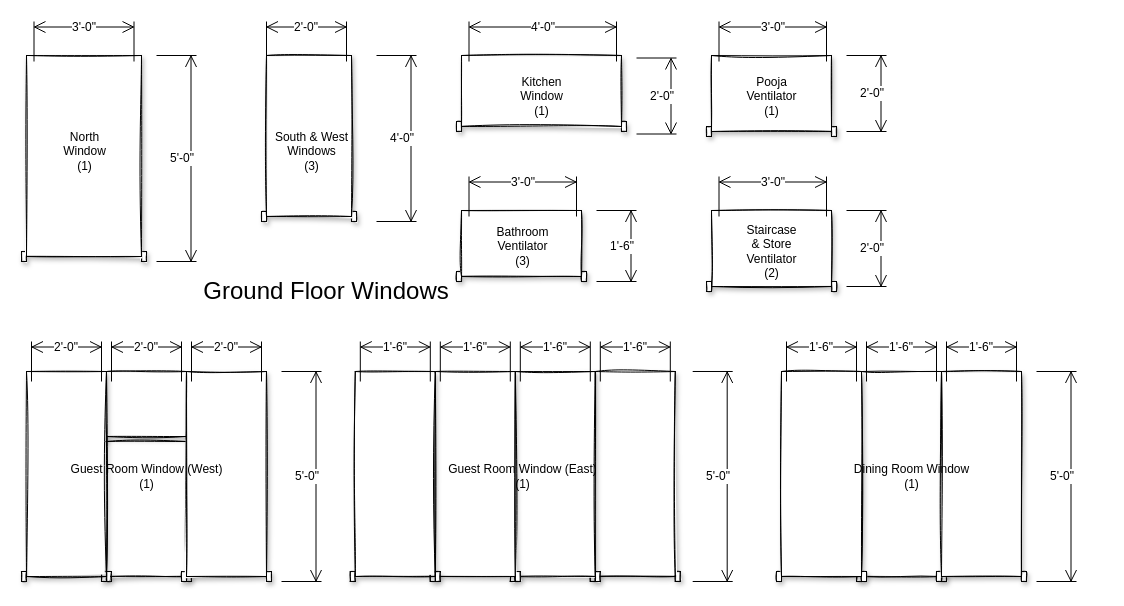
This is page "GF Windows" (2 of 4) of Doors_Windows.drawio from gudiseva/arvind, a draw.io file, before an edit. Source tidied: cells renumbered, new cells numbered last; positions are measured from the earlier drawing's top-left corner, leaving out a move shared by most shapes. Both pictures are drawn from the tidied source at 100%, with x=0, y=0 at pixel (21, 21).
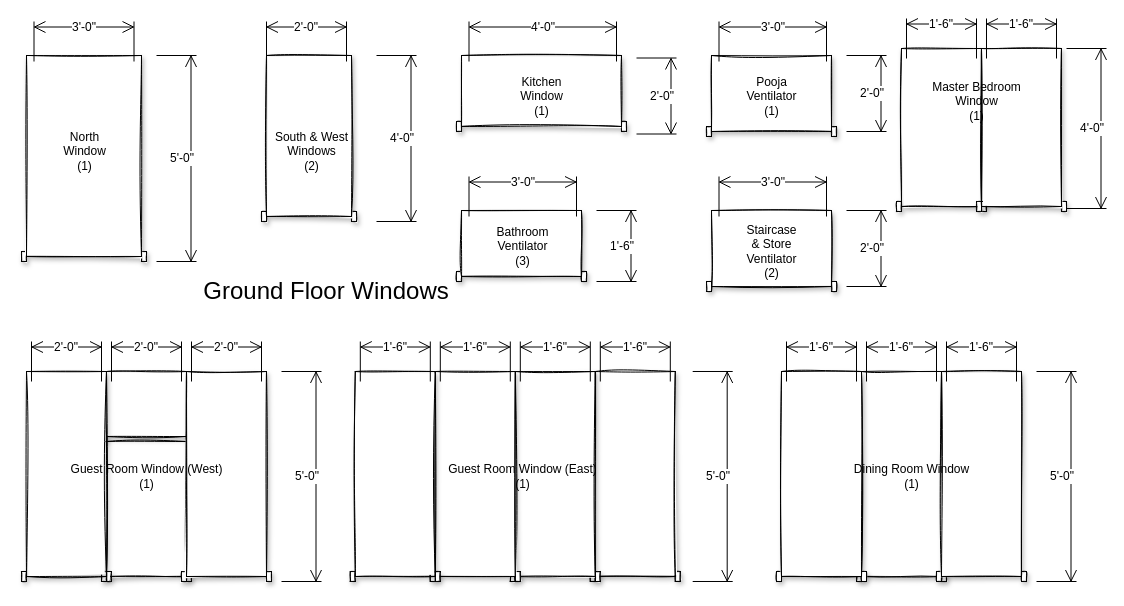
Above is the later version.

Diff of the diagram source:
```diff
@@
+    <mxCell id="54" style="verticalLabelPosition=bottom;html=1;verticalAlign=top;align=center;shape=mxgraph.floorplan.doorOverhead;shadow=1;sketch=1;gradientColor=none;" parent="1" vertex="1">
+      <mxGeometry x="875" y="27" width="90" height="163" as="geometry" />
+    </mxCell>
+    <mxCell id="55" style="verticalLabelPosition=bottom;html=1;verticalAlign=top;align=center;shape=mxgraph.floorplan.doorOverhead;shadow=1;sketch=1;gradientColor=none;" parent="1" vertex="1">
+      <mxGeometry x="955" y="27" width="90" height="163" as="geometry" />
+    </mxCell>
@@
-    <mxCell id="17" value="South &amp;amp; West&lt;br&gt;Windows&lt;br&gt;(3)" style="text;html=1;align=center;verticalAlign=middle;fillColor=none;strokeColor=none;rounded=0;shadow=0;sketch=0;" parent="1" vertex="1">
+    <mxCell id="17" value="South &amp;amp; West&lt;br&gt;Windows&lt;br&gt;(2)" style="text;html=1;align=center;verticalAlign=middle;fillColor=none;strokeColor=none;rounded=0;shadow=0;sketch=0;" parent="1" vertex="1">
       <mxGeometry x="245" y="105" width="90" height="50" as="geometry" />
     </mxCell>
@@
+    <mxCell id="56" value="Master Bedroom&lt;br&gt;Window&lt;br&gt;(1)" style="text;html=1;align=center;verticalAlign=middle;fillColor=none;strokeColor=none;rounded=0;shadow=0;sketch=0;" parent="1" vertex="1">
+      <mxGeometry x="905" y="55" width="100" height="50" as="geometry" />
+    </mxCell>
+    <mxCell id="57" value="4'-0&quot;" style="shape=dimension;direction=north;whiteSpace=wrap;html=1;align=right;verticalAlign=middle;labelBackgroundColor=#ffffff;shadow=0;sketch=0;gradientColor=none;" parent="1" vertex="1">
+      <mxGeometry x="1045" y="27" width="40" height="160" as="geometry" />
+    </mxCell>
+    <mxCell id="58" value="1'-6&quot;" style="shape=dimension;direction=west;whiteSpace=wrap;html=1;align=center;verticalAlign=top;spacingTop=-8;labelBackgroundColor=#ffffff;" parent="1" vertex="1">
+      <mxGeometry x="885" y="-3" width="70" height="40" as="geometry" />
+    </mxCell>
+    <mxCell id="59" value="1'-6&quot;" style="shape=dimension;direction=west;whiteSpace=wrap;html=1;align=center;verticalAlign=top;spacingTop=-8;labelBackgroundColor=#ffffff;" parent="1" vertex="1">
+      <mxGeometry x="965" y="-3" width="70" height="40" as="geometry" />
+    </mxCell>
```
